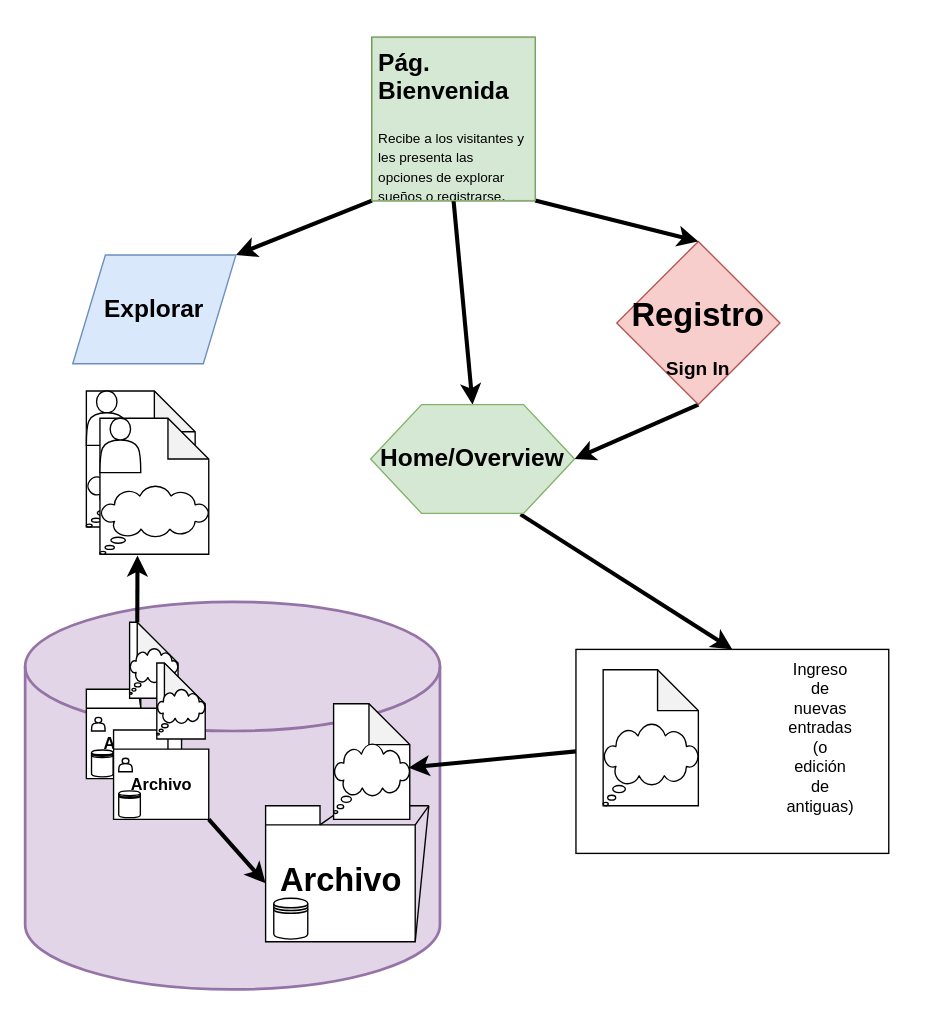
Earlier version of the draw.io diagram prototype/design_flowchart.drawio (meschinca/proyecto-final). Source tidied: cells renumbered, new cells numbered last; positions are measured from the earlier drawing's top-left corner, leaving out a move shared by most shapes. Both pictures are drawn from the tidied source at 136%, with x=0, y=0 at pixel (24, 37).
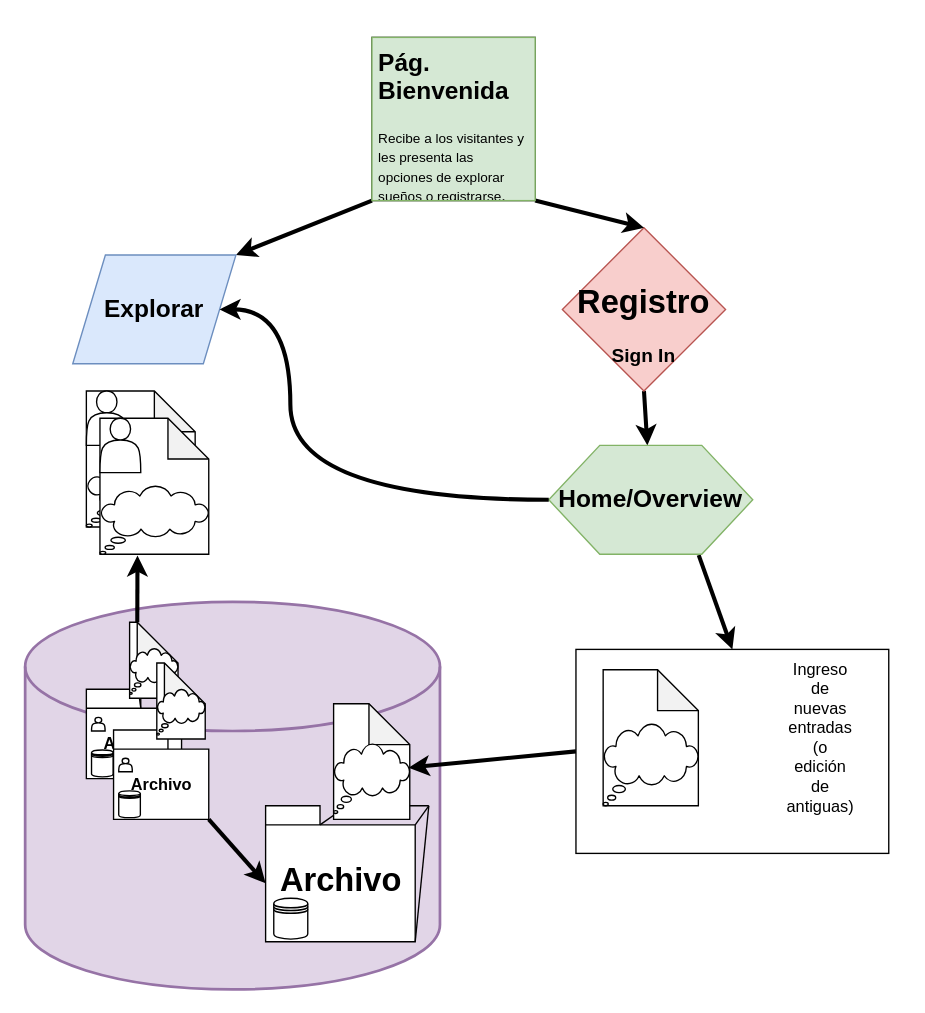
The same page after the edit.

The change refers to these unchanged cells:
```xml
<mxCell id="35" style="shape=hexagon;perimeter=hexagonPerimeter2;whiteSpace=wrap;html=1;fillColor=#d5e8d4;strokeColor=#82b366;" parent="34" vertex="1">
  <mxGeometry width="150" height="80" as="geometry" />
</mxCell>
<mxCell id="55" value="&lt;h1&gt;&lt;/h1&gt;&lt;h6&gt;&lt;h2&gt;&lt;span&gt;Pág. Bienvenida&lt;/span&gt;&lt;/h2&gt;&lt;font size=&quot;1&quot; style=&quot;line-height: 60%&quot;&gt;Recibe a los visitantes y les presenta las opciones de explorar sueños o registrarse&lt;/font&gt;&lt;span style=&quot;font-size: 12px ; font-weight: normal&quot;&gt;.&lt;/span&gt;&lt;/h6&gt;" style="text;html=1;strokeColor=#82b366;fillColor=#d5e8d4;spacing=5;spacingTop=-20;whiteSpace=wrap;overflow=hidden;rounded=0;" parent="53" vertex="1">
  <mxGeometry width="120" height="120" as="geometry" />
</mxCell>
<mxCell id="57" style="shape=parallelogram;perimeter=parallelogramPerimeter;whiteSpace=wrap;html=1;fillColor=#dae8fc;strokeColor=#6c8ebf;" parent="56" vertex="1">
  <mxGeometry width="120" height="80" as="geometry" />
</mxCell>
```

The edit, as a diff of the source:
```diff
@@
-    <mxCell id="11" style="endArrow=classic;html=1;strokeWidth=3;exitX=0.5;exitY=1;exitDx=0;exitDy=0;entryX=1;entryY=0.5;entryDx=0;entryDy=0;" parent="1" edge="1" source="38" target="35">
+    <mxCell id="11" style="endArrow=classic;html=1;strokeWidth=3;exitX=0.5;exitY=1;exitDx=0;exitDy=0;" parent="1" edge="1" source="38" target="35">
       <mxGeometry relative="1" as="geometry" />
     </mxCell>
-    <mxCell id="12" style="endArrow=classic;html=1;strokeWidth=3;entryX=0.5;entryY=0;entryDx=0;entryDy=0;exitX=0.5;exitY=1;exitDx=0;exitDy=0;" parent="1" edge="1" source="55" target="35">
-      <mxGeometry relative="1" as="geometry" />
-    </mxCell>
@@
     <mxCell id="34" style="group;" parent="1" vertex="1">
-      <mxGeometry x="254" y="270" width="150" height="80" as="geometry" />
+      <mxGeometry x="385" y="300" width="150" height="80" as="geometry" />
     </mxCell>
@@
     <mxCell id="37" style="group;" parent="1" vertex="1">
-      <mxGeometry x="435" y="150" width="120" height="120" as="geometry" />
+      <mxGeometry x="395" y="140" width="120" height="120" as="geometry" />
     </mxCell>
-    <mxCell id="38" style="rhombus;whiteSpace=wrap;html=1;fillColor=#f8cecc;strokeColor=#b85450;" parent="37" vertex="1">
+    <mxCell id="38" style="rhombus;whiteSpace=wrap;html=1;fillColor=#f8cecc;strokeColor=#b85450;gradientColor=none;" parent="37" vertex="1">
       <mxGeometry width="120" height="120" as="geometry" />
     </mxCell>
@@
+    <mxCell id="68" style="edgeStyle=orthogonalEdgeStyle;jettySize=auto;html=1;entryX=1;entryY=0.5;entryDx=0;entryDy=0;strokeWidth=3;curved=1;" parent="1" edge="1" source="35" target="57">
+      <mxGeometry relative="1" as="geometry">
+        <Array as="points">
+          <mxPoint x="195" y="340" />
+          <mxPoint x="195" y="200" />
+        </Array>
+      </mxGeometry>
+    </mxCell>
```
